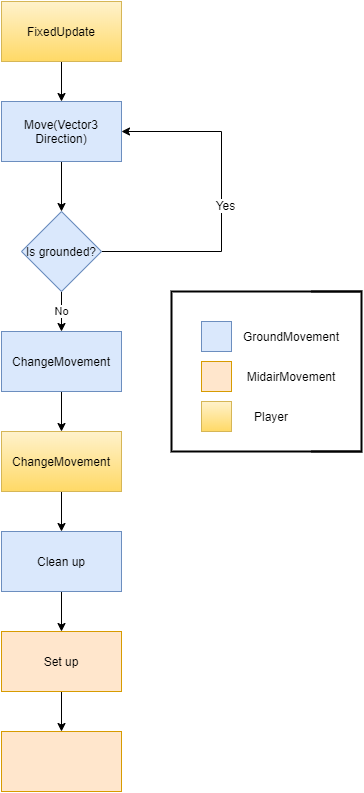
mikhomak/Images keeps this draw.io diagram as Erbium/Movement/FallingDiagram.png. Above is the earlier version. Source tidied: cells renumbered, new cells last; positions are measured from the earlier drawing's top-left corner, leaving out a move shared by most shapes.
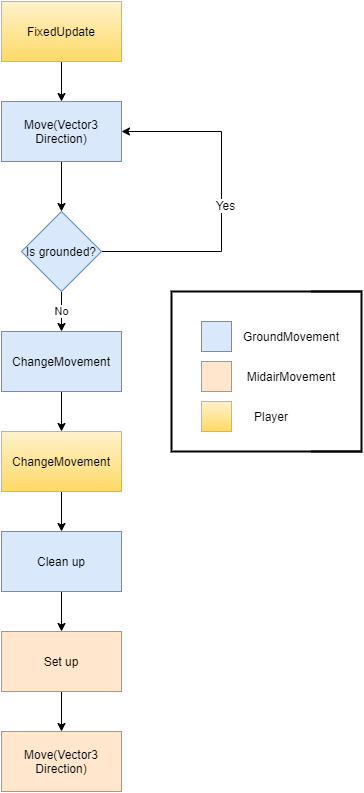
Above is the later version.

Commit message:
once again falling diagram

What changed in the source:
```diff
@@ -51,7 +51,7 @@
     <mxCell id="15" value="Set up" style="rounded=0;whiteSpace=wrap;html=1;fillColor=#ffe6cc;strokeColor=#d79b00;" parent="1" vertex="1">
       <mxGeometry y="630" width="120" height="60" as="geometry" />
     </mxCell>
-    <mxCell id="16" style="rounded=0;whiteSpace=wrap;html=1;fillColor=#ffe6cc;strokeColor=#d79b00;" parent="1" vertex="1">
+    <mxCell id="16" value="Move(Vector3 Direction)&lt;br&gt;" style="rounded=0;whiteSpace=wrap;html=1;fillColor=#ffe6cc;strokeColor=#d79b00;" parent="1" vertex="1">
       <mxGeometry y="730" width="120" height="60" as="geometry" />
     </mxCell>
     <mxCell id="17" style="rounded=0;whiteSpace=wrap;html=1;fillColor=#dae8fc;strokeColor=#6c8ebf;" parent="1" vertex="1">
```
